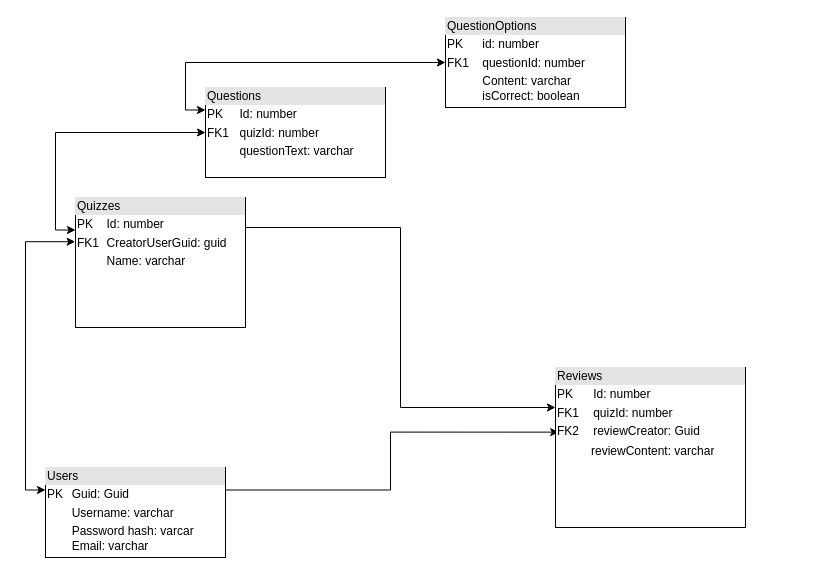
This is UI_Design_And_Diagrams/Diagrams/DatabaseDiagram.drawio from Tonari239/Web-QuizReviewer, a draw.io file, before an edit. Source tidied: cells renumbered, new cells numbered last; positions are measured from the earlier drawing's top-left corner, leaving out a move shared by most shapes. Both pictures are drawn from the tidied source at 100%, with x=0, y=0 at pixel (45, 17).
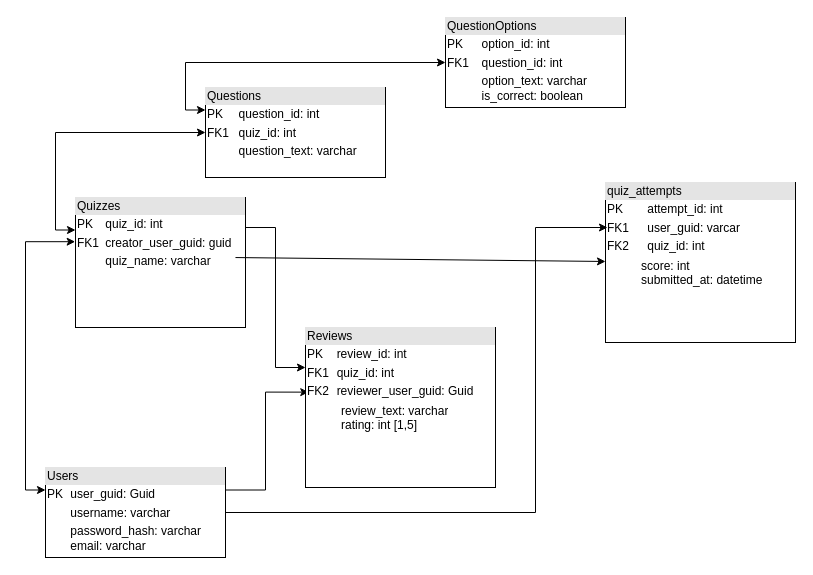
After the change.

Diff of the diagram source:
```diff
@@
-    <mxCell id="3" value="&lt;div style=&quot;box-sizing: border-box; width: 100%; background: rgb(228, 228, 228); padding: 2px;&quot;&gt;Users&lt;/div&gt;&lt;table style=&quot;width:100%;font-size:1em;&quot; cellpadding=&quot;2&quot; cellspacing=&quot;0&quot;&gt;&lt;tbody&gt;&lt;tr&gt;&lt;td&gt;PK&lt;/td&gt;&lt;td&gt;Guid: Guid&lt;/td&gt;&lt;/tr&gt;&lt;tr&gt;&lt;td&gt;&lt;br&gt;&lt;/td&gt;&lt;td&gt;Username: varchar&lt;/td&gt;&lt;/tr&gt;&lt;tr&gt;&lt;td&gt;&lt;/td&gt;&lt;td&gt;Password hash: varcar&lt;br&gt;Email: varchar&lt;/td&gt;&lt;/tr&gt;&lt;/tbody&gt;&lt;/table&gt;" style="verticalAlign=top;align=left;overflow=fill;html=1;whiteSpace=wrap;" parent="1" vertex="1">
+    <mxCell id="3" value="&lt;div style=&quot;box-sizing: border-box; width: 100%; background: rgb(228, 228, 228); padding: 2px;&quot;&gt;Users&lt;/div&gt;&lt;table style=&quot;width:100%;font-size:1em;&quot; cellpadding=&quot;2&quot; cellspacing=&quot;0&quot;&gt;&lt;tbody&gt;&lt;tr&gt;&lt;td&gt;PK&lt;/td&gt;&lt;td&gt;user_guid: Guid&lt;/td&gt;&lt;/tr&gt;&lt;tr&gt;&lt;td&gt;&lt;br&gt;&lt;/td&gt;&lt;td&gt;username: varchar&lt;/td&gt;&lt;/tr&gt;&lt;tr&gt;&lt;td&gt;&lt;/td&gt;&lt;td&gt;password_hash: varchar&lt;br&gt;email: varchar&lt;/td&gt;&lt;/tr&gt;&lt;/tbody&gt;&lt;/table&gt;" style="verticalAlign=top;align=left;overflow=fill;html=1;whiteSpace=wrap;" parent="1" vertex="1">
       <mxGeometry y="450" width="180" height="90" as="geometry" />
     </mxCell>
@@
-    <mxCell id="5" value="&lt;div style=&quot;box-sizing: border-box; width: 100%; background: rgb(228, 228, 228); padding: 2px;&quot;&gt;Quizzes&lt;/div&gt;&lt;table style=&quot;width:100%;font-size:1em;&quot; cellpadding=&quot;2&quot; cellspacing=&quot;0&quot;&gt;&lt;tbody&gt;&lt;tr&gt;&lt;td&gt;PK&lt;/td&gt;&lt;td&gt;Id: number&lt;/td&gt;&lt;/tr&gt;&lt;tr&gt;&lt;td&gt;FK1&lt;/td&gt;&lt;td&gt;CreatorUserGuid: guid&lt;/td&gt;&lt;/tr&gt;&lt;tr&gt;&lt;td&gt;&lt;/td&gt;&lt;td&gt;Name: varchar&lt;br&gt;&lt;br&gt;&lt;br&gt;&lt;br&gt;&lt;br&gt;&lt;br&gt;&lt;/td&gt;&lt;/tr&gt;&lt;/tbody&gt;&lt;/table&gt;" style="verticalAlign=top;align=left;overflow=fill;html=1;whiteSpace=wrap;" parent="1" vertex="1">
+    <mxCell id="5" value="&lt;div style=&quot;box-sizing: border-box; width: 100%; background: rgb(228, 228, 228); padding: 2px;&quot;&gt;Quizzes&lt;/div&gt;&lt;table style=&quot;width:100%;font-size:1em;&quot; cellpadding=&quot;2&quot; cellspacing=&quot;0&quot;&gt;&lt;tbody&gt;&lt;tr&gt;&lt;td&gt;PK&lt;/td&gt;&lt;td&gt;quiz_id: int&lt;/td&gt;&lt;/tr&gt;&lt;tr&gt;&lt;td&gt;FK1&lt;/td&gt;&lt;td&gt;creator_user_guid: guid&lt;/td&gt;&lt;/tr&gt;&lt;tr&gt;&lt;td&gt;&lt;/td&gt;&lt;td&gt;quiz_name: varchar&lt;br&gt;&lt;br&gt;&lt;br&gt;&lt;br&gt;&lt;br&gt;&lt;br&gt;&lt;/td&gt;&lt;/tr&gt;&lt;/tbody&gt;&lt;/table&gt;" style="verticalAlign=top;align=left;overflow=fill;html=1;whiteSpace=wrap;" parent="1" vertex="1">
       <mxGeometry x="30" y="180" width="170" height="130" as="geometry" />
     </mxCell>
@@
-    <mxCell id="8" value="&lt;div style=&quot;box-sizing: border-box; width: 100%; background: rgb(228, 228, 228); padding: 2px;&quot;&gt;Questions&lt;/div&gt;&lt;table style=&quot;width:100%;font-size:1em;&quot; cellpadding=&quot;2&quot; cellspacing=&quot;0&quot;&gt;&lt;tbody&gt;&lt;tr&gt;&lt;td&gt;PK&lt;/td&gt;&lt;td&gt;Id: number&lt;/td&gt;&lt;/tr&gt;&lt;tr&gt;&lt;td&gt;FK1&lt;/td&gt;&lt;td&gt;quizId: number&lt;/td&gt;&lt;/tr&gt;&lt;tr&gt;&lt;td&gt;&lt;/td&gt;&lt;td&gt;questionText: varchar&lt;/td&gt;&lt;/tr&gt;&lt;/tbody&gt;&lt;/table&gt;" style="verticalAlign=top;align=left;overflow=fill;html=1;whiteSpace=wrap;" parent="1" vertex="1">
+    <mxCell id="8" value="&lt;div style=&quot;box-sizing: border-box; width: 100%; background: rgb(228, 228, 228); padding: 2px;&quot;&gt;Questions&lt;/div&gt;&lt;table style=&quot;width:100%;font-size:1em;&quot; cellpadding=&quot;2&quot; cellspacing=&quot;0&quot;&gt;&lt;tbody&gt;&lt;tr&gt;&lt;td&gt;PK&lt;/td&gt;&lt;td&gt;question_id: int&lt;/td&gt;&lt;/tr&gt;&lt;tr&gt;&lt;td&gt;FK1&lt;/td&gt;&lt;td&gt;quiz_id: int&lt;/td&gt;&lt;/tr&gt;&lt;tr&gt;&lt;td&gt;&lt;/td&gt;&lt;td&gt;question_text: varchar&lt;/td&gt;&lt;/tr&gt;&lt;/tbody&gt;&lt;/table&gt;" style="verticalAlign=top;align=left;overflow=fill;html=1;whiteSpace=wrap;" parent="1" vertex="1">
       <mxGeometry x="160" y="70" width="180" height="90" as="geometry" />
     </mxCell>
-    <mxCell id="9" value="&lt;div style=&quot;box-sizing: border-box; width: 100%; background: rgb(228, 228, 228); padding: 2px;&quot;&gt;QuestionOptions&lt;/div&gt;&lt;table style=&quot;width:100%;font-size:1em;&quot; cellpadding=&quot;2&quot; cellspacing=&quot;0&quot;&gt;&lt;tbody&gt;&lt;tr&gt;&lt;td&gt;PK&lt;/td&gt;&lt;td&gt;id: number&lt;/td&gt;&lt;/tr&gt;&lt;tr&gt;&lt;td&gt;FK1&lt;/td&gt;&lt;td&gt;questionId: number&lt;/td&gt;&lt;/tr&gt;&lt;tr&gt;&lt;td&gt;&lt;/td&gt;&lt;td&gt;Content: varchar&lt;br&gt;isCorrect: boolean&lt;/td&gt;&lt;/tr&gt;&lt;/tbody&gt;&lt;/table&gt;" style="verticalAlign=top;align=left;overflow=fill;html=1;whiteSpace=wrap;" parent="1" vertex="1">
+    <mxCell id="9" value="&lt;div style=&quot;box-sizing: border-box; width: 100%; background: rgb(228, 228, 228); padding: 2px;&quot;&gt;QuestionOptions&lt;/div&gt;&lt;table style=&quot;width:100%;font-size:1em;&quot; cellpadding=&quot;2&quot; cellspacing=&quot;0&quot;&gt;&lt;tbody&gt;&lt;tr&gt;&lt;td&gt;PK&lt;/td&gt;&lt;td&gt;option_id: int&lt;/td&gt;&lt;/tr&gt;&lt;tr&gt;&lt;td&gt;FK1&lt;/td&gt;&lt;td&gt;question_id: int&lt;/td&gt;&lt;/tr&gt;&lt;tr&gt;&lt;td&gt;&lt;/td&gt;&lt;td&gt;option_text: varchar&lt;br&gt;is_correct: boolean&lt;/td&gt;&lt;/tr&gt;&lt;/tbody&gt;&lt;/table&gt;" style="verticalAlign=top;align=left;overflow=fill;html=1;whiteSpace=wrap;" parent="1" vertex="1">
       <mxGeometry x="400" width="180" height="90" as="geometry" />
     </mxCell>
@@
     <mxCell id="11" style="group;" parent="1" vertex="1">
-      <mxGeometry x="510" y="350" width="190" height="160" as="geometry" />
+      <mxGeometry x="260" y="310" width="190" height="160" as="geometry" />
     </mxCell>
-    <mxCell id="12" value="&lt;div style=&quot;box-sizing: border-box; width: 100%; background: rgb(228, 228, 228); padding: 2px;&quot;&gt;Reviews&lt;/div&gt;&lt;table style=&quot;width:100%;font-size:1em;&quot; cellpadding=&quot;2&quot; cellspacing=&quot;0&quot;&gt;&lt;tbody&gt;&lt;tr&gt;&lt;td&gt;PK&lt;/td&gt;&lt;td&gt;Id: number&lt;/td&gt;&lt;/tr&gt;&lt;tr&gt;&lt;td&gt;FK1&lt;/td&gt;&lt;td&gt;quizId: number&lt;/td&gt;&lt;/tr&gt;&lt;tr&gt;&lt;td&gt;FK2&lt;/td&gt;&lt;td&gt;reviewCreator: Guid&lt;/td&gt;&lt;/tr&gt;&lt;/tbody&gt;&lt;/table&gt;" style="verticalAlign=top;align=left;overflow=fill;html=1;whiteSpace=wrap;" parent="11" vertex="1">
+    <mxCell id="12" value="&lt;div style=&quot;box-sizing: border-box; width: 100%; background: rgb(228, 228, 228); padding: 2px;&quot;&gt;Reviews&lt;/div&gt;&lt;table style=&quot;width:100%;font-size:1em;&quot; cellpadding=&quot;2&quot; cellspacing=&quot;0&quot;&gt;&lt;tbody&gt;&lt;tr&gt;&lt;td&gt;PK&lt;/td&gt;&lt;td&gt;review_id: int&lt;/td&gt;&lt;/tr&gt;&lt;tr&gt;&lt;td&gt;FK1&lt;/td&gt;&lt;td&gt;quiz_id: int&lt;/td&gt;&lt;/tr&gt;&lt;tr&gt;&lt;td&gt;FK2&lt;/td&gt;&lt;td&gt;reviewer_user_guid: Guid&lt;/td&gt;&lt;/tr&gt;&lt;/tbody&gt;&lt;/table&gt;" style="verticalAlign=top;align=left;overflow=fill;html=1;whiteSpace=wrap;" parent="11" vertex="1">
       <mxGeometry width="190" height="160" as="geometry" />
     </mxCell>
-    <mxCell id="13" value="reviewContent: varchar" style="text;strokeColor=none;fillColor=none;align=left;verticalAlign=top;spacingLeft=4;spacingRight=4;overflow=hidden;whiteSpace=wrap;html=1;" parent="11" vertex="1">
-      <mxGeometry x="30" y="70" width="140" height="26" as="geometry" />
+    <mxCell id="13" value="&lt;div&gt;review_text: varchar&lt;/div&gt;&lt;div&gt;rating: int [1,5]&lt;/div&gt;" style="text;strokeColor=none;fillColor=none;align=left;verticalAlign=top;spacingLeft=4;spacingRight=4;overflow=hidden;whiteSpace=wrap;html=1;" parent="11" vertex="1">
+      <mxGeometry x="30" y="70" width="140" height="50" as="geometry" />
     </mxCell>
+    <mxCell id="14" style="group;" parent="1" vertex="1">
+      <mxGeometry x="560" y="165" width="190" height="160" as="geometry" />
+    </mxCell>
+    <mxCell id="15" value="&lt;div style=&quot;box-sizing: border-box; width: 100%; background: rgb(228, 228, 228); padding: 2px;&quot;&gt;quiz_attempts&lt;/div&gt;&lt;table style=&quot;width:100%;font-size:1em;&quot; cellpadding=&quot;2&quot; cellspacing=&quot;0&quot;&gt;&lt;tbody&gt;&lt;tr&gt;&lt;td&gt;PK&lt;/td&gt;&lt;td&gt;attempt_id: int&lt;/td&gt;&lt;/tr&gt;&lt;tr&gt;&lt;td&gt;FK1&lt;/td&gt;&lt;td&gt;user_guid: varcar&lt;/td&gt;&lt;/tr&gt;&lt;tr&gt;&lt;td&gt;FK2&lt;/td&gt;&lt;td&gt;quiz_id: int&lt;/td&gt;&lt;/tr&gt;&lt;/tbody&gt;&lt;/table&gt;" style="verticalAlign=top;align=left;overflow=fill;html=1;whiteSpace=wrap;" parent="14" vertex="1">
+      <mxGeometry width="190" height="160" as="geometry" />
+    </mxCell>
+    <mxCell id="16" value="&lt;div&gt;score: int&lt;/div&gt;&lt;div&gt;submitted_at: datetime&lt;/div&gt;" style="text;strokeColor=none;fillColor=none;align=left;verticalAlign=top;spacingLeft=4;spacingRight=4;overflow=hidden;whiteSpace=wrap;html=1;" parent="14" vertex="1">
+      <mxGeometry x="30" y="70" width="140" height="50" as="geometry" />
+    </mxCell>
+    <mxCell id="17" style="endArrow=classic;html=1;rounded=0;" parent="1" edge="1" source="3">
+      <mxGeometry relative="1" as="geometry">
+        <mxPoint x="562" y="210" as="targetPoint" />
+        <Array as="points">
+          <mxPoint x="490" y="495" />
+          <mxPoint x="490" y="210" />
+        </Array>
+      </mxGeometry>
+    </mxCell>
+    <mxCell id="18" style="endArrow=classic;html=1;rounded=0;exitX=0.941;exitY=0.462;exitDx=0;exitDy=0;exitPerimeter=0;" parent="1" edge="1" source="5" target="15">
+      <mxGeometry relative="1" as="geometry" />
+    </mxCell>
```
